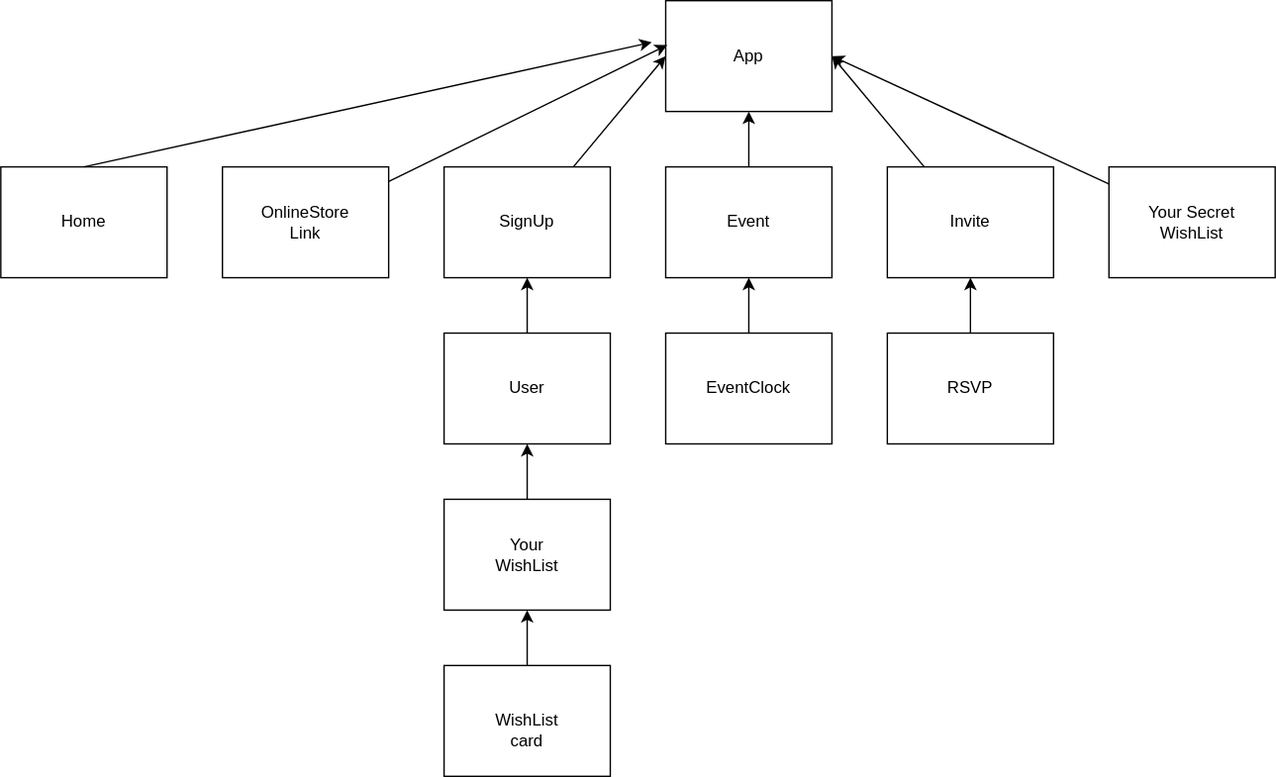
This is Diagram/.drawio.svg from ChloeCCPeng/Phase-4-project-secret-santa, a draw.io export, as it was before one commit. Source tidied: cells renumbered, new cells last; positions are measured from the earlier drawing's top-left corner, leaving out a move shared by most shapes.
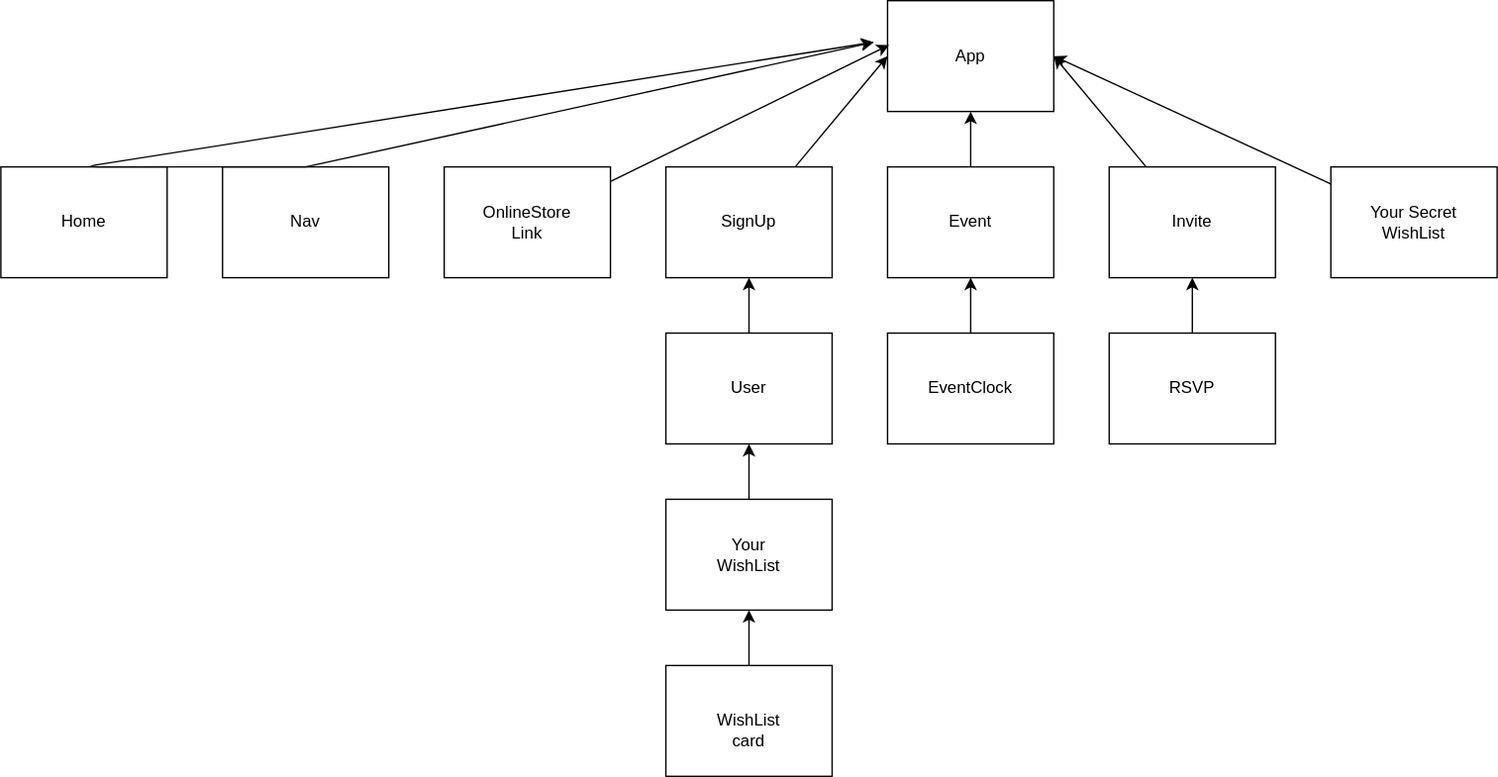
The same diagram one commit later.

The edit, as a diff of the source:
```diff
@@ -67,7 +67,7 @@
     <mxCell id="22" value="User" style="rounded=0;whiteSpace=wrap;html=1;" parent="1" vertex="1">
       <mxGeometry x="320" y="240" width="120" height="80" as="geometry" />
     </mxCell>
-    <mxCell id="23" value="Home" style="rounded=0;whiteSpace=wrap;html=1;" parent="1" vertex="1">
+    <mxCell id="23" value="Nav" style="rounded=0;whiteSpace=wrap;html=1;" parent="1" vertex="1">
       <mxGeometry y="120" width="120" height="80" as="geometry" />
     </mxCell>
     <mxCell id="24" style="edgeStyle=none;html=1;exitX=0.5;exitY=0;exitDx=0;exitDy=0;" parent="1" edge="1" source="23">
@@ -75,5 +75,16 @@
         <mxPoint x="470" y="30" as="targetPoint" />
       </mxGeometry>
     </mxCell>
+    <mxCell id="25" value="Home" style="rounded=0;whiteSpace=wrap;html=1;" parent="1" vertex="1">
+      <mxGeometry x="-160" y="120" width="120" height="80" as="geometry" />
+    </mxCell>
+    <mxCell id="26" style="edgeStyle=none;html=1;exitX=0.5;exitY=0;exitDx=0;exitDy=0;" parent="1" edge="1" source="23">
+      <mxGeometry relative="1" as="geometry">
+        <mxPoint x="470" y="30" as="targetPoint" />
+        <Array as="points">
+          <mxPoint x="-100" y="120" />
+        </Array>
+      </mxGeometry>
+    </mxCell>
   </root>
 </mxGraphModel>
```
